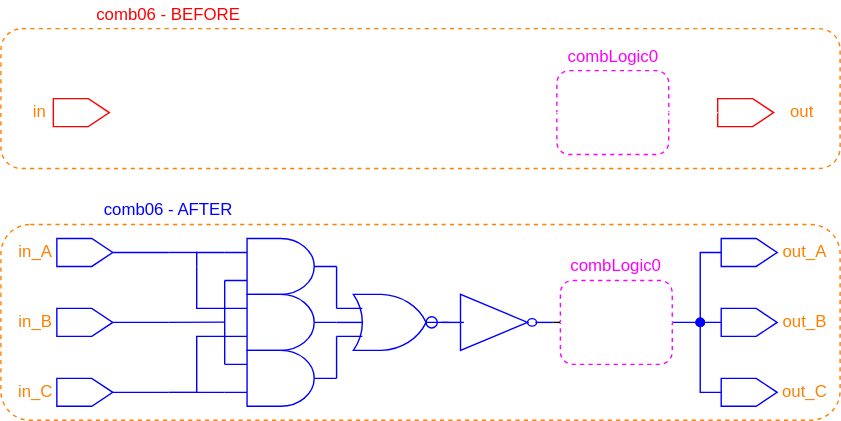
AlbertHansen/TripleModularRedundancyTool_developer_guide keeps this draw.io diagram as figures/dark-mode/user_guide_examples/comb_logic/comb06_input_and_output_triplication.drawio.svg. Above is the earlier version. Source tidied: cells renumbered, new cells last; positions are measured from the earlier drawing's top-left corner, leaving out a move shared by most shapes.
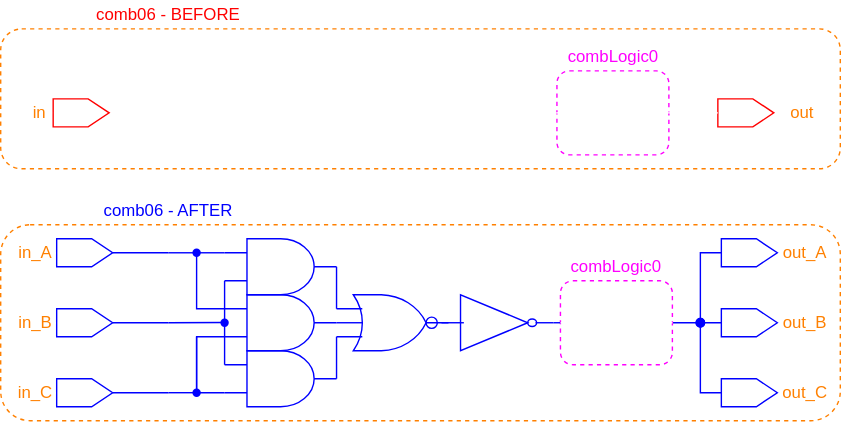
Later version of the same file.

Change to the diagram source:
```diff
@@ -55,92 +55,6 @@
     <mxCell id="18" value="comb06 - AFTER" style="text;html=1;strokeColor=none;fillColor=none;align=center;verticalAlign=middle;whiteSpace=wrap;rounded=0;dashed=1;fontColor=#0000FF;" parent="1" vertex="1">
       <mxGeometry x="40" y="140" width="160" height="20" as="geometry" />
     </mxCell>
-    <mxCell id="19" style="edgeStyle=orthogonalEdgeStyle;html=1;exitX=0;exitY=0.25;exitDx=0;exitDy=0;exitPerimeter=0;entryX=0;entryY=0.75;entryDx=0;entryDy=0;entryPerimeter=0;endArrow=none;endFill=0;rounded=0;fontColor=#FF00FF;strokeColor=#0000FF;" parent="1" edge="1" source="20" target="26">
-      <mxGeometry relative="1" as="geometry">
-        <Array as="points">
-          <mxPoint x="160" y="230" />
-          <mxPoint x="160" y="230" />
-        </Array>
-      </mxGeometry>
-    </mxCell>
-    <mxCell id="20" style="verticalLabelPosition=bottom;shadow=0;dashed=0;align=center;html=1;verticalAlign=top;shape=mxgraph.electrical.logic_gates.logic_gate;operation=and;fillColor=none;fontColor=#FF00FF;strokeColor=#0000FF;" parent="1" vertex="1">
-      <mxGeometry x="160" y="250" width="80" height="40" as="geometry" />
-    </mxCell>
-    <mxCell id="21" style="edgeStyle=orthogonalEdgeStyle;rounded=0;html=1;exitX=0;exitY=0.75;exitDx=0;exitDy=0;exitPerimeter=0;entryX=0;entryY=0.75;entryDx=0;entryDy=0;entryPerimeter=0;endArrow=none;endFill=0;fontColor=#FF00FF;strokeColor=#0000FF;" parent="1" edge="1" source="24" target="20">
-      <mxGeometry relative="1" as="geometry">
-        <Array as="points">
-          <mxPoint x="140" y="240" />
-          <mxPoint x="140" y="280" />
-        </Array>
-      </mxGeometry>
-    </mxCell>
-    <mxCell id="22" style="edgeStyle=orthogonalEdgeStyle;rounded=0;html=1;entryX=0;entryY=0.25;entryDx=0;entryDy=0;entryPerimeter=0;endArrow=none;endFill=0;fontColor=#FF00FF;strokeColor=#0000FF;startArrow=none;" parent="1" edge="1" target="26">
-      <mxGeometry relative="1" as="geometry">
-        <mxPoint x="140" y="190" as="sourcePoint" />
-        <Array as="points">
-          <mxPoint x="140" y="180" />
-        </Array>
-      </mxGeometry>
-    </mxCell>
-    <mxCell id="23" style="edgeStyle=orthogonalEdgeStyle;rounded=0;html=1;exitX=1;exitY=0.5;exitDx=0;exitDy=0;exitPerimeter=0;entryX=0.235;entryY=0.478;entryDx=0;entryDy=0;entryPerimeter=0;endArrow=none;endFill=0;fontColor=#FF00FF;strokeColor=#0000FF;" parent="1" edge="1" source="24" target="28">
-      <mxGeometry relative="1" as="geometry" />
-    </mxCell>
-    <mxCell id="24" style="verticalLabelPosition=bottom;shadow=0;dashed=0;align=center;html=1;verticalAlign=top;shape=mxgraph.electrical.logic_gates.logic_gate;operation=and;fillColor=none;fontColor=#FF00FF;strokeColor=#0000FF;" parent="1" vertex="1">
-      <mxGeometry x="160" y="210" width="80" height="40" as="geometry" />
-    </mxCell>
-    <mxCell id="25" style="edgeStyle=orthogonalEdgeStyle;rounded=0;html=1;exitX=1;exitY=0.5;exitDx=0;exitDy=0;exitPerimeter=0;entryX=0;entryY=0.25;entryDx=0;entryDy=0;entryPerimeter=0;endArrow=none;endFill=0;fontColor=#FF00FF;strokeColor=#0000FF;" parent="1" edge="1" source="26" target="28">
-      <mxGeometry relative="1" as="geometry">
-        <Array as="points">
-          <mxPoint x="240" y="220" />
-        </Array>
-      </mxGeometry>
-    </mxCell>
-    <mxCell id="26" style="verticalLabelPosition=bottom;shadow=0;dashed=0;align=center;html=1;verticalAlign=top;shape=mxgraph.electrical.logic_gates.logic_gate;operation=and;fillColor=none;fontColor=#FF00FF;strokeColor=#0000FF;" parent="1" vertex="1">
-      <mxGeometry x="160" y="170" width="80" height="40" as="geometry" />
-    </mxCell>
-    <mxCell id="27" style="edgeStyle=orthogonalEdgeStyle;rounded=0;html=1;exitX=0;exitY=0.75;exitDx=0;exitDy=0;exitPerimeter=0;entryX=1;entryY=0.5;entryDx=0;entryDy=0;entryPerimeter=0;endArrow=none;endFill=0;fontColor=#FF00FF;strokeColor=#0000FF;" parent="1" edge="1" source="28" target="20">
-      <mxGeometry relative="1" as="geometry">
-        <Array as="points">
-          <mxPoint x="240" y="260" />
-          <mxPoint x="240" y="260" />
-        </Array>
-      </mxGeometry>
-    </mxCell>
-    <mxCell id="28" style="verticalLabelPosition=bottom;shadow=0;dashed=0;align=center;html=1;verticalAlign=top;shape=mxgraph.electrical.logic_gates.logic_gate;operation=or;fillColor=none;fontColor=#FF00FF;strokeColor=#0000FF;" parent="1" vertex="1">
-      <mxGeometry x="240" y="210" width="80" height="40" as="geometry" />
-    </mxCell>
-    <mxCell id="29" style="verticalLabelPosition=bottom;shadow=0;dashed=0;align=center;html=1;verticalAlign=top;shape=mxgraph.electrical.logic_gates.inverting_contact;fillColor=none;fontColor=#FF00FF;strokeColor=#0000FF;" parent="1" vertex="1">
-      <mxGeometry x="303" y="225" width="10" height="10" as="geometry" />
-    </mxCell>
-    <mxCell id="30" style="verticalLabelPosition=bottom;shadow=0;dashed=0;align=center;html=1;verticalAlign=top;shape=mxgraph.electrical.logic_gates.inverter_2;fillColor=none;fontColor=#FF00FF;strokeColor=#0000FF;" parent="1" vertex="1">
-      <mxGeometry x="315" y="210" width="80" height="40" as="geometry" />
-    </mxCell>
-    <mxCell id="31" style="endArrow=none;html=1;rounded=0;fontColor=#FF00FF;strokeColor=#0000FF;" parent="1" edge="1">
-      <mxGeometry relative="1" as="geometry">
-        <mxPoint x="120" y="180" as="sourcePoint" />
-        <mxPoint x="140" y="180" as="targetPoint" />
-      </mxGeometry>
-    </mxCell>
-    <mxCell id="32" style="endArrow=none;html=1;rounded=0;fontColor=#FF00FF;strokeColor=#0000FF;" parent="1" edge="1">
-      <mxGeometry relative="1" as="geometry">
-        <mxPoint x="120" y="280" as="sourcePoint" />
-        <mxPoint x="140" y="280" as="targetPoint" />
-      </mxGeometry>
-    </mxCell>
-    <mxCell id="33" style="endArrow=none;html=1;rounded=0;fontColor=#FF00FF;strokeColor=#0000FF;" parent="1" edge="1">
-      <mxGeometry relative="1" as="geometry">
-        <mxPoint x="120" y="230" as="sourcePoint" />
-        <mxPoint x="160" y="229.8" as="targetPoint" />
-      </mxGeometry>
-    </mxCell>
-    <mxCell id="34" style="edgeStyle=orthogonalEdgeStyle;rounded=0;html=1;exitX=0;exitY=0.25;exitDx=0;exitDy=0;exitPerimeter=0;endArrow=none;endFill=0;fontColor=#FF00FF;strokeColor=#0000FF;" parent="1" edge="1" source="24">
-      <mxGeometry relative="1" as="geometry">
-        <mxPoint x="140" y="190" as="targetPoint" />
-        <Array as="points">
-          <mxPoint x="140" y="220" />
-        </Array>
-      </mxGeometry>
-    </mxCell>
     <mxCell id="35" style="edgeStyle=none;html=1;exitX=1;exitY=0.5;exitDx=0;exitDy=0;entryX=0.5;entryY=0;entryDx=0;entryDy=0;fontColor=#000000;endArrow=none;endFill=0;strokeColor=#0000FF;" parent="1" edge="1" source="36" target="12">
       <mxGeometry relative="1" as="geometry" />
     </mxCell>
@@ -194,8 +108,10 @@
     <mxCell id="49" value="&lt;font&gt;out_A&lt;/font&gt;" style="text;html=1;strokeColor=none;fillColor=none;align=center;verticalAlign=middle;whiteSpace=wrap;rounded=0;fontColor=#FF8000;" parent="1" vertex="1">
       <mxGeometry x="555" y="170" width="40" height="20" as="geometry" />
     </mxCell>
-    <mxCell id="50" style="edgeStyle=none;html=1;exitX=0;exitY=0.5;exitDx=0;exitDy=0;exitPerimeter=0;entryX=1;entryY=0.5;entryDx=0;entryDy=0;entryPerimeter=0;fontColor=#FF8000;endArrow=none;endFill=0;" parent="1" edge="1" source="51" target="30">
-      <mxGeometry relative="1" as="geometry" />
+    <mxCell id="50" style="edgeStyle=none;html=1;exitX=0;exitY=0.5;exitDx=0;exitDy=0;exitPerimeter=0;entryX=1;entryY=0.5;entryDx=0;entryDy=0;entryPerimeter=0;fontColor=#FF8000;endArrow=none;endFill=0;strokeColor=#0000FF;" parent="1" edge="1" source="51">
+      <mxGeometry relative="1" as="geometry">
+        <mxPoint x="395" y="230" as="targetPoint" />
+      </mxGeometry>
     </mxCell>
     <mxCell id="51" style="verticalLabelPosition=bottom;shadow=0;dashed=0;align=center;html=1;verticalAlign=top;shape=mxgraph.electrical.logic_gates.inverter_2;fillColor=none;strokeColor=#FFFFFF;fontColor=#000000;" parent="1" vertex="1">
       <mxGeometry x="400" y="210" width="80" height="40" as="geometry" />
@@ -203,5 +119,107 @@
     <mxCell id="52" value="combLogic0" style="text;html=1;strokeColor=none;fillColor=none;align=center;verticalAlign=middle;whiteSpace=wrap;rounded=0;fontColor=#FF00FF;" parent="1" vertex="1">
       <mxGeometry x="415" y="180" width="50" height="20" as="geometry" />
     </mxCell>
+    <mxCell id="53" style="edgeStyle=orthogonalEdgeStyle;html=1;exitDx=0;exitDy=0;exitPerimeter=0;entryX=0;entryY=0.75;entryDx=0;entryDy=0;entryPerimeter=0;endArrow=none;endFill=0;rounded=0;startArrow=none;strokeColor=#0000FF;" parent="1" edge="1" source="71" target="60">
+      <mxGeometry relative="1" as="geometry">
+        <Array as="points">
+          <mxPoint x="160" y="230" />
+        </Array>
+      </mxGeometry>
+    </mxCell>
+    <mxCell id="54" style="verticalLabelPosition=bottom;shadow=0;dashed=0;align=center;html=1;verticalAlign=top;shape=mxgraph.electrical.logic_gates.logic_gate;operation=and;fillColor=none;strokeColor=#0000FF;" parent="1" vertex="1">
+      <mxGeometry x="160" y="250" width="80" height="40" as="geometry" />
+    </mxCell>
+    <mxCell id="55" style="edgeStyle=orthogonalEdgeStyle;rounded=0;html=1;exitDx=0;exitDy=0;exitPerimeter=0;entryX=0;entryY=0.75;entryDx=0;entryDy=0;entryPerimeter=0;endArrow=none;endFill=0;startArrow=none;strokeColor=#0000FF;" parent="1" edge="1" source="73" target="54">
+      <mxGeometry relative="1" as="geometry">
+        <Array as="points">
+          <mxPoint x="140" y="240" />
+          <mxPoint x="140" y="280" />
+        </Array>
+      </mxGeometry>
+    </mxCell>
+    <mxCell id="56" style="edgeStyle=orthogonalEdgeStyle;rounded=0;html=1;exitDx=0;exitDy=0;exitPerimeter=0;entryX=0;entryY=0.25;entryDx=0;entryDy=0;entryPerimeter=0;endArrow=none;endFill=0;startArrow=none;strokeColor=#0000FF;" parent="1" edge="1" source="69" target="60">
+      <mxGeometry relative="1" as="geometry">
+        <Array as="points">
+          <mxPoint x="140" y="180" />
+        </Array>
+      </mxGeometry>
+    </mxCell>
+    <mxCell id="57" style="edgeStyle=orthogonalEdgeStyle;rounded=0;html=1;exitX=1;exitY=0.5;exitDx=0;exitDy=0;exitPerimeter=0;entryX=0.235;entryY=0.478;entryDx=0;entryDy=0;entryPerimeter=0;endArrow=none;endFill=0;strokeColor=#0000FF;" parent="1" edge="1" source="58" target="62">
+      <mxGeometry relative="1" as="geometry" />
+    </mxCell>
+    <mxCell id="58" style="verticalLabelPosition=bottom;shadow=0;dashed=0;align=center;html=1;verticalAlign=top;shape=mxgraph.electrical.logic_gates.logic_gate;operation=and;fillColor=none;strokeColor=#0000FF;" parent="1" vertex="1">
+      <mxGeometry x="160" y="210" width="80" height="40" as="geometry" />
+    </mxCell>
+    <mxCell id="59" style="edgeStyle=orthogonalEdgeStyle;rounded=0;html=1;exitX=1;exitY=0.5;exitDx=0;exitDy=0;exitPerimeter=0;entryX=0;entryY=0.25;entryDx=0;entryDy=0;entryPerimeter=0;endArrow=none;endFill=0;strokeColor=#0000FF;" parent="1" edge="1" source="60" target="62">
+      <mxGeometry relative="1" as="geometry">
+        <Array as="points">
+          <mxPoint x="240" y="220" />
+        </Array>
+      </mxGeometry>
+    </mxCell>
+    <mxCell id="60" style="verticalLabelPosition=bottom;shadow=0;dashed=0;align=center;html=1;verticalAlign=top;shape=mxgraph.electrical.logic_gates.logic_gate;operation=and;fillColor=none;strokeColor=#0000FF;" parent="1" vertex="1">
+      <mxGeometry x="160" y="170" width="80" height="40" as="geometry" />
+    </mxCell>
+    <mxCell id="61" style="edgeStyle=orthogonalEdgeStyle;rounded=0;html=1;exitX=0;exitY=0.75;exitDx=0;exitDy=0;exitPerimeter=0;entryX=1;entryY=0.5;entryDx=0;entryDy=0;entryPerimeter=0;endArrow=none;endFill=0;strokeColor=#0000FF;" parent="1" edge="1" source="62" target="54">
+      <mxGeometry relative="1" as="geometry">
+        <Array as="points">
+          <mxPoint x="240" y="260" />
+          <mxPoint x="240" y="260" />
+        </Array>
+      </mxGeometry>
+    </mxCell>
+    <mxCell id="62" style="verticalLabelPosition=bottom;shadow=0;dashed=0;align=center;html=1;verticalAlign=top;shape=mxgraph.electrical.logic_gates.logic_gate;operation=or;fillColor=none;strokeColor=#0000FF;" parent="1" vertex="1">
+      <mxGeometry x="240" y="210" width="80" height="40" as="geometry" />
+    </mxCell>
+    <mxCell id="63" style="verticalLabelPosition=bottom;shadow=0;dashed=0;align=center;html=1;verticalAlign=top;shape=mxgraph.electrical.logic_gates.inverting_contact;fillColor=none;strokeColor=#0000FF;" parent="1" vertex="1">
+      <mxGeometry x="303" y="225" width="10" height="10" as="geometry" />
+    </mxCell>
+    <mxCell id="64" style="verticalLabelPosition=bottom;shadow=0;dashed=0;align=center;html=1;verticalAlign=top;shape=mxgraph.electrical.logic_gates.inverter_2;fillColor=none;strokeColor=#0000FF;" parent="1" vertex="1">
+      <mxGeometry x="315" y="210" width="80" height="40" as="geometry" />
+    </mxCell>
+    <mxCell id="65" style="endArrow=none;html=1;rounded=0;strokeColor=#0000FF;" parent="1" edge="1">
+      <mxGeometry relative="1" as="geometry">
+        <mxPoint x="120" y="180" as="sourcePoint" />
+        <mxPoint x="140" y="180" as="targetPoint" />
+      </mxGeometry>
+    </mxCell>
+    <mxCell id="66" style="endArrow=none;html=1;rounded=0;strokeColor=#0000FF;" parent="1" edge="1">
+      <mxGeometry relative="1" as="geometry">
+        <mxPoint x="120" y="280" as="sourcePoint" />
+        <mxPoint x="140" y="280" as="targetPoint" />
+      </mxGeometry>
+    </mxCell>
+    <mxCell id="67" style="endArrow=none;html=1;rounded=0;strokeColor=#0000FF;" parent="1" edge="1">
+      <mxGeometry relative="1" as="geometry">
+        <mxPoint x="120" y="230" as="sourcePoint" />
+        <mxPoint x="160" y="229.8" as="targetPoint" />
+      </mxGeometry>
+    </mxCell>
+    <mxCell id="68" style="edgeStyle=orthogonalEdgeStyle;rounded=0;html=1;exitX=0;exitY=0.25;exitDx=0;exitDy=0;exitPerimeter=0;entryDx=0;entryDy=0;entryPerimeter=0;endArrow=none;endFill=0;strokeColor=#0000FF;" parent="1" edge="1" source="58" target="69">
+      <mxGeometry relative="1" as="geometry">
+        <Array as="points">
+          <mxPoint x="140" y="220" />
+        </Array>
+      </mxGeometry>
+    </mxCell>
+    <mxCell id="69" style="shape=waypoint;sketch=0;fillStyle=solid;size=6;points=[];fillColor=none;perimeter=centerPerimeter;snapToPoint=1;strokeColor=#0000FF;" parent="1" vertex="1">
+      <mxGeometry x="130" y="170" width="20" height="20" as="geometry" />
+    </mxCell>
+    <mxCell id="70" style="edgeStyle=orthogonalEdgeStyle;html=1;exitX=0;exitY=0.25;exitDx=0;exitDy=0;exitPerimeter=0;entryDx=0;entryDy=0;entryPerimeter=0;endArrow=none;endFill=0;rounded=0;strokeColor=#0000FF;" parent="1" edge="1" source="54" target="71">
+      <mxGeometry relative="1" as="geometry">
+        <Array as="points">
+          <mxPoint x="160" y="230" />
+        </Array>
+      </mxGeometry>
+    </mxCell>
+    <mxCell id="71" style="shape=waypoint;sketch=0;fillStyle=solid;size=6;points=[];fillColor=none;perimeter=centerPerimeter;snapToPoint=1;strokeColor=#0000FF;" parent="1" vertex="1">
+      <mxGeometry x="150" y="220" width="20" height="20" as="geometry" />
+    </mxCell>
+    <mxCell id="72" style="edgeStyle=orthogonalEdgeStyle;rounded=0;html=1;exitX=0;exitY=0.75;exitDx=0;exitDy=0;exitPerimeter=0;entryDx=0;entryDy=0;entryPerimeter=0;endArrow=none;endFill=0;strokeColor=#0000FF;" parent="1" edge="1" source="58" target="73">
+      <mxGeometry relative="1" as="geometry" />
+    </mxCell>
+    <mxCell id="73" style="shape=waypoint;sketch=0;fillStyle=solid;size=6;points=[];fillColor=none;perimeter=centerPerimeter;snapToPoint=1;strokeColor=#0000FF;" parent="1" vertex="1">
+      <mxGeometry x="130" y="270" width="20" height="20" as="geometry" />
+    </mxCell>
   </root>
 </mxGraphModel>
```
